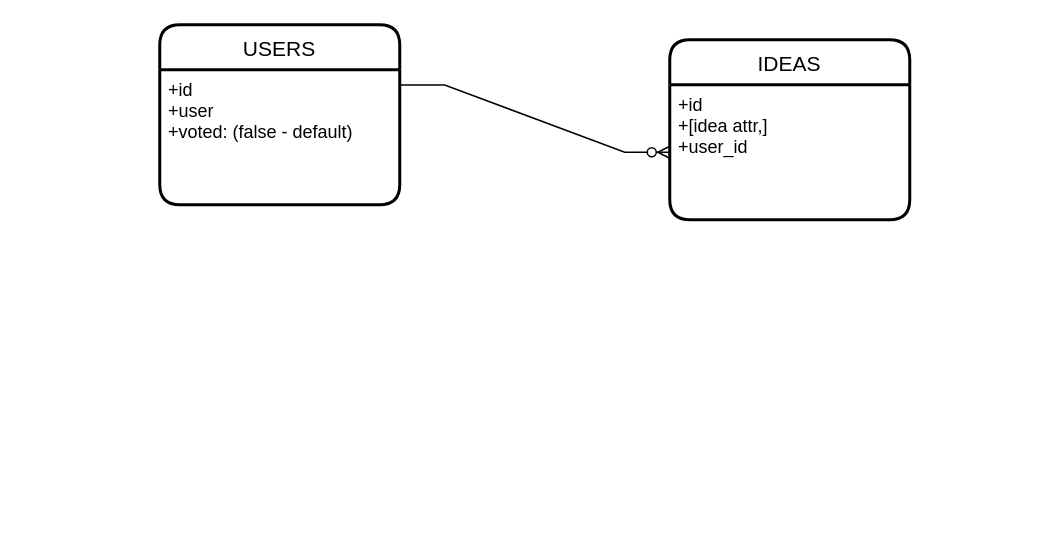
The draw.io diagram cascade_voting.drawio in neebs12/database-diagrams, before the edit. Source tidied: cells renumbered, new cells numbered last; positions are measured from the earlier drawing's top-left corner, leaving out a move shared by most shapes. Both pictures are drawn from the tidied source at 150%, with x=0, y=0 at pixel (159, 24).
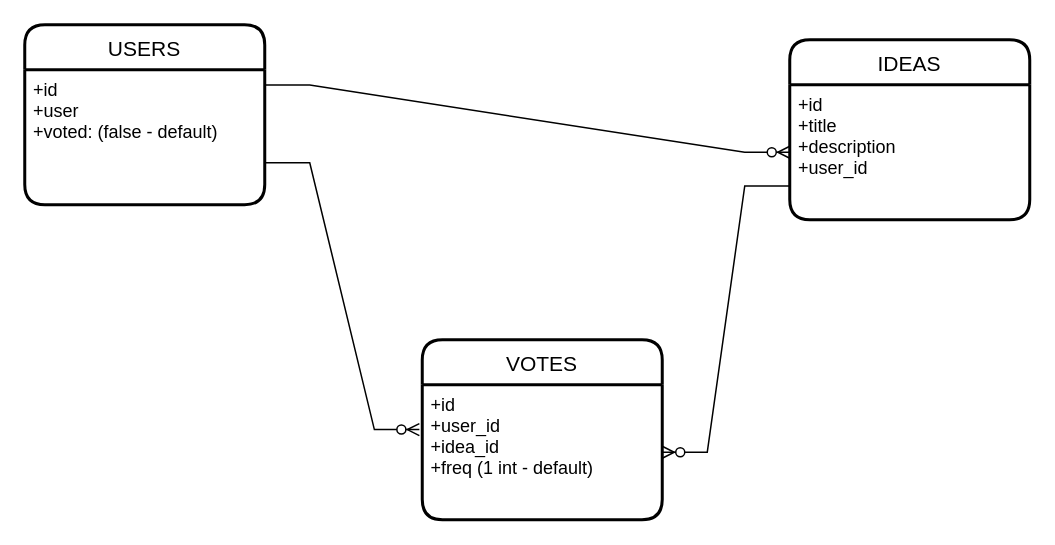
The same page after the edit.

Diff of the diagram source:
```diff
@@
 <mxGraphModel>
   <root>
     <mxCell id="0" />
     <mxCell id="1" parent="0" />
     <mxCell id="2" value="IDEAS" style="swimlane;horizontal=1;startSize=30;rounded=1;fontSize=14;fontStyle=0;strokeWidth=2;shadow=0;dashed=0;align=center;" parent="1" vertex="1">
-      <mxGeometry x="340" y="10" width="160" height="120" as="geometry" />
+      <mxGeometry x="420" y="10" width="160" height="120" as="geometry" />
     </mxCell>
-    <mxCell id="3" value="+id&#10;+[idea attr,]&#10;+user_id" style="align=left;strokeColor=none;fillColor=none;spacingLeft=4;fontSize=12;verticalAlign=top;" parent="2" vertex="1">
+    <mxCell id="3" value="+id&#10;+title&#10;+description&#10;+user_id" style="align=left;strokeColor=none;fillColor=none;spacingLeft=4;fontSize=12;verticalAlign=top;" parent="2" vertex="1">
       <mxGeometry y="30" width="160" height="90" as="geometry" />
     </mxCell>
     <mxCell id="4" value="USERS" style="swimlane;horizontal=1;startSize=30;rounded=1;fontSize=14;fontStyle=0;strokeWidth=2;shadow=0;dashed=0;align=center;" parent="1" vertex="1">
-      <mxGeometry width="160" height="120" as="geometry" />
+      <mxGeometry x="-90" width="160" height="120" as="geometry" />
     </mxCell>
     <mxCell id="5" value="+id&#10;+user&#10;+voted: (false - default)" style="align=left;strokeColor=none;fillColor=none;spacingLeft=4;fontSize=12;verticalAlign=top;" parent="4" vertex="1">
       <mxGeometry y="30" width="160" height="90" as="geometry" />
     </mxCell>
     <mxCell id="6" style="edgeStyle=entityRelationEdgeStyle;fontSize=12;html=1;endArrow=ERzeroToMany;endFill=1;rounded=0;exitX=1;exitY=0.113;exitDx=0;exitDy=0;exitPerimeter=0;entryX=0;entryY=0.5;entryDx=0;entryDy=0;" parent="1" edge="1" source="5" target="3">
       <mxGeometry relative="1" as="geometry" />
     </mxCell>
+    <mxCell id="7" value="VOTES" style="swimlane;horizontal=1;startSize=30;rounded=1;fontSize=14;fontStyle=0;strokeWidth=2;shadow=0;dashed=0;align=center;" parent="1" vertex="1">
+      <mxGeometry x="175" y="210" width="160" height="120" as="geometry" />
+    </mxCell>
+    <mxCell id="8" value="+id&#10;+user_id&#10;+idea_id&#10;+freq (1 int - default)" style="align=left;strokeColor=none;fillColor=none;spacingLeft=4;fontSize=12;verticalAlign=top;" parent="7" vertex="1">
+      <mxGeometry y="30" width="160" height="90" as="geometry" />
+    </mxCell>
+    <mxCell id="9" style="edgeStyle=entityRelationEdgeStyle;fontSize=12;html=1;endArrow=ERzeroToMany;endFill=1;rounded=0;entryX=-0.012;entryY=0.332;entryDx=0;entryDy=0;entryPerimeter=0;" parent="1" edge="1" target="8">
+      <mxGeometry relative="1" as="geometry">
+        <mxPoint x="70" y="92" as="sourcePoint" />
+      </mxGeometry>
+    </mxCell>
+    <mxCell id="10" style="edgeStyle=entityRelationEdgeStyle;fontSize=12;html=1;endArrow=ERzeroToMany;endFill=1;rounded=0;entryX=1;entryY=0.5;entryDx=0;entryDy=0;exitX=0;exitY=0.75;exitDx=0;exitDy=0;" parent="1" edge="1" source="3" target="8">
+      <mxGeometry relative="1" as="geometry" />
+    </mxCell>
   </root>
 </mxGraphModel>
```
